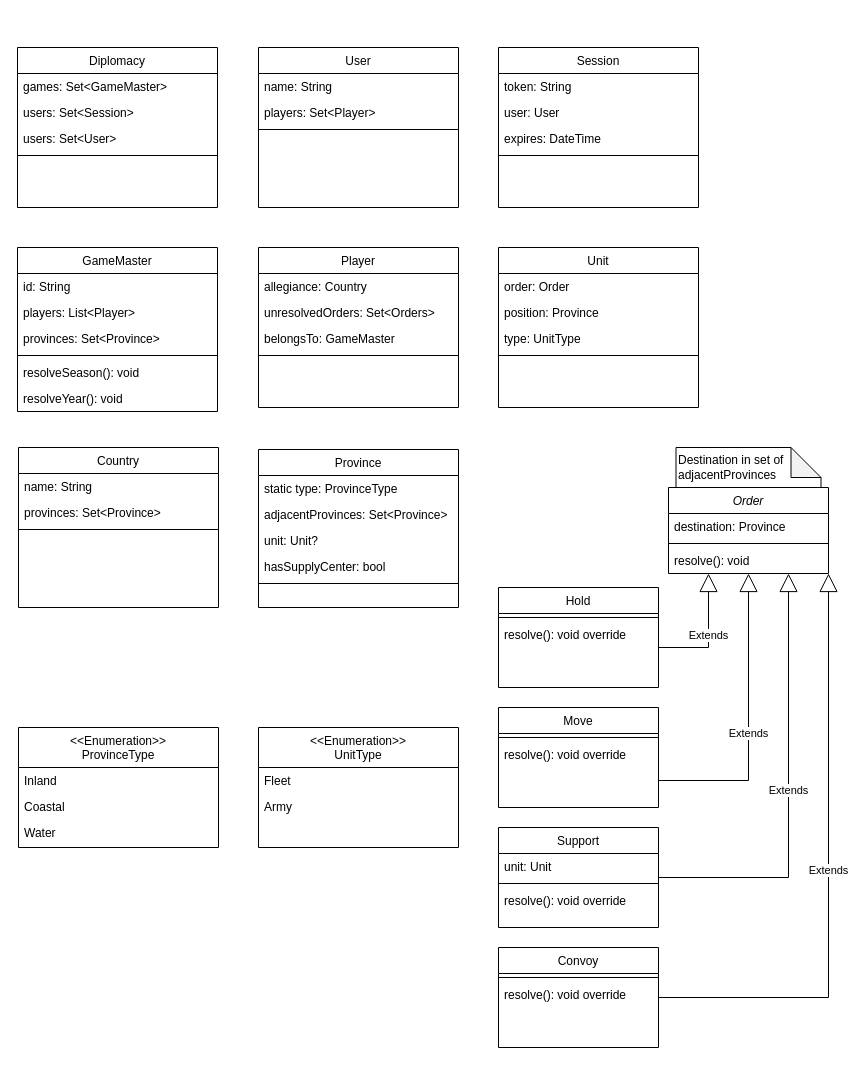
Before: docs/backend-uml.drawio in CPTR450-Diplomacy/backend, a draw.io diagram. Source tidied: cells renumbered, new cells numbered last; positions are measured from the earlier drawing's top-left corner, leaving out a move shared by most shapes. Both pictures are drawn from the tidied source at 100%, with x=0, y=0 at pixel (17, 47).
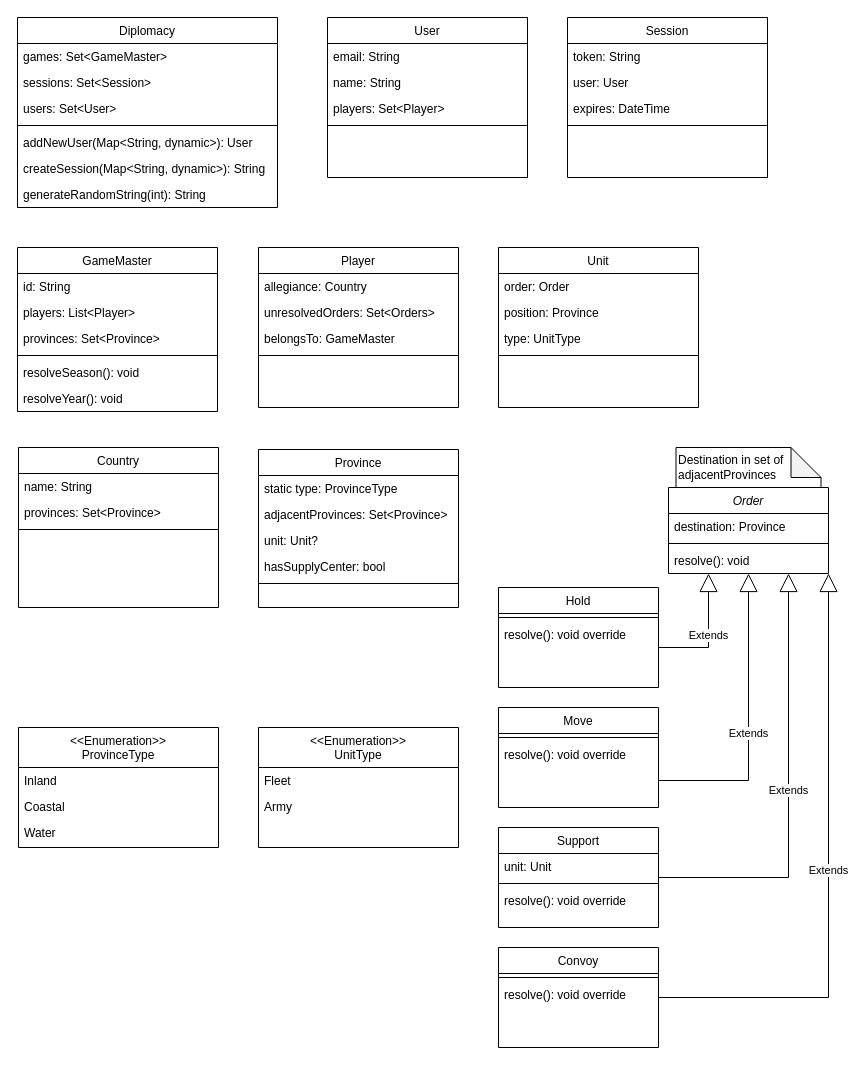
Above is the later version.

Commit message (it also covers changes not shown here):
Create session tokens, create new users if they don't already exist, return session token in login response, update UML with methods added to Diplomacy.

Change to the diagram source:
```diff
@@
     <mxCell id="58" value="Diplomacy" style="swimlane;fontStyle=0;align=center;verticalAlign=top;horizontal=1;startSize=26;rounded=0;shadow=0;strokeWidth=1;" parent="1" vertex="1">
-      <mxGeometry width="200" height="160" as="geometry" />
+      <mxGeometry y="-30" width="260" height="190" as="geometry" />
     </mxCell>
     <mxCell id="59" value="games: Set&lt;GameMaster&gt;" style="text;align=left;verticalAlign=top;spacingLeft=4;spacingRight=4;overflow=hidden;" parent="58" vertex="1">
-      <mxGeometry y="26" width="200" height="26" as="geometry" />
+      <mxGeometry y="26" width="260" height="26" as="geometry" />
     </mxCell>
-    <mxCell id="60" value="users: Set&lt;Session&gt;" style="text;align=left;verticalAlign=top;spacingLeft=4;spacingRight=4;overflow=hidden;" parent="58" vertex="1">
-      <mxGeometry y="52" width="200" height="26" as="geometry" />
+    <mxCell id="60" value="sessions: Set&lt;Session&gt;" style="text;align=left;verticalAlign=top;spacingLeft=4;spacingRight=4;overflow=hidden;" parent="58" vertex="1">
+      <mxGeometry y="52" width="260" height="26" as="geometry" />
     </mxCell>
     <mxCell id="61" value="users: Set&lt;User&gt;" style="text;align=left;verticalAlign=top;spacingLeft=4;spacingRight=4;overflow=hidden;" parent="58" vertex="1">
-      <mxGeometry y="78" width="200" height="26" as="geometry" />
+      <mxGeometry y="78" width="260" height="26" as="geometry" />
     </mxCell>
     <mxCell id="62" style="line;html=1;strokeWidth=1;align=left;verticalAlign=middle;spacingTop=-1;spacingLeft=3;spacingRight=3;labelPosition=right;" parent="58" vertex="1">
-      <mxGeometry y="104" width="200" height="8" as="geometry" />
+      <mxGeometry y="104" width="260" height="8" as="geometry" />
     </mxCell>
+    <mxCell id="72" value="addNewUser(Map&lt;String, dynamic&gt;): User" style="text;align=left;verticalAlign=top;spacingLeft=4;spacingRight=4;overflow=hidden;" parent="58" vertex="1">
+      <mxGeometry y="112" width="260" height="26" as="geometry" />
+    </mxCell>
+    <mxCell id="73" value="createSession(Map&lt;String, dynamic&gt;): String" style="text;align=left;verticalAlign=top;spacingLeft=4;spacingRight=4;overflow=hidden;" parent="58" vertex="1">
+      <mxGeometry y="138" width="260" height="26" as="geometry" />
+    </mxCell>
+    <mxCell id="74" value="generateRandomString(int): String" style="text;align=left;verticalAlign=top;spacingLeft=4;spacingRight=4;overflow=hidden;" parent="58" vertex="1">
+      <mxGeometry y="164" width="260" height="26" as="geometry" />
+    </mxCell>
     <mxCell id="63" value="User" style="swimlane;fontStyle=0;align=center;verticalAlign=top;horizontal=1;startSize=26;rounded=0;shadow=0;strokeWidth=1;" parent="1" vertex="1">
-      <mxGeometry x="241" width="200" height="160" as="geometry" />
+      <mxGeometry x="310" y="-30" width="200" height="160" as="geometry" />
     </mxCell>
+    <mxCell id="75" value="email: String" style="text;align=left;verticalAlign=top;spacingLeft=4;spacingRight=4;overflow=hidden;" parent="63" vertex="1">
+      <mxGeometry y="26" width="200" height="26" as="geometry" />
+    </mxCell>
     <mxCell id="64" value="name: String" style="text;align=left;verticalAlign=top;spacingLeft=4;spacingRight=4;overflow=hidden;" parent="63" vertex="1">
-      <mxGeometry y="26" width="200" height="26" as="geometry" />
+      <mxGeometry y="52" width="200" height="26" as="geometry" />
     </mxCell>
     <mxCell id="65" value="players: Set&lt;Player&gt;" style="text;align=left;verticalAlign=top;spacingLeft=4;spacingRight=4;overflow=hidden;" parent="63" vertex="1">
-      <mxGeometry y="52" width="200" height="26" as="geometry" />
+      <mxGeometry y="78" width="200" height="26" as="geometry" />
     </mxCell>
     <mxCell id="66" style="line;html=1;strokeWidth=1;align=left;verticalAlign=middle;spacingTop=-1;spacingLeft=3;spacingRight=3;labelPosition=right;" parent="63" vertex="1">
-      <mxGeometry y="78" width="200" height="8" as="geometry" />
+      <mxGeometry y="104" width="200" height="8" as="geometry" />
     </mxCell>
     <mxCell id="67" value="Session" style="swimlane;fontStyle=0;align=center;verticalAlign=top;horizontal=1;startSize=26;rounded=0;shadow=0;strokeWidth=1;" parent="1" vertex="1">
-      <mxGeometry x="481" width="200" height="160" as="geometry" />
+      <mxGeometry x="550" y="-30" width="200" height="160" as="geometry" />
     </mxCell>
```
